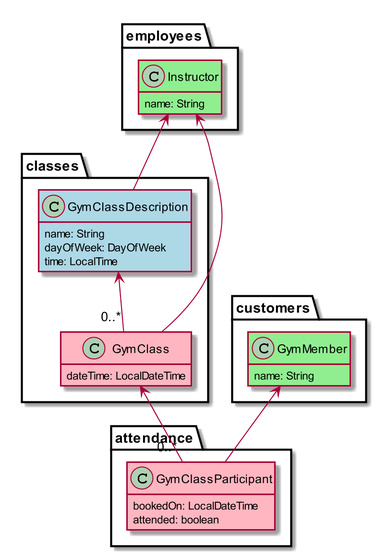
Earlier version of the PlantUML export src/docs/asciidoc/images/ch01/class-diagram.png (danhaywood/apache-isis-infoq-mini-book).
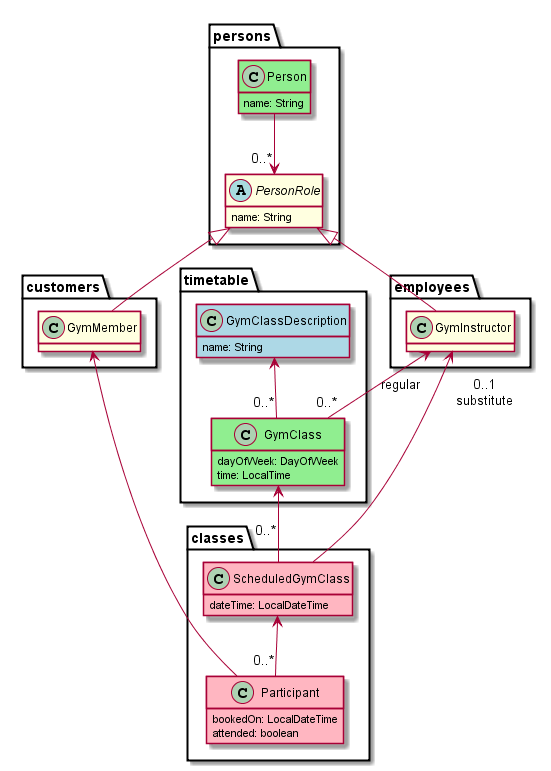
Above is the later version.

Diff of the diagram source:
```diff
@@ -1,36 +1,47 @@
 @startuml
-skinparam dpi 200
-
 hide methods
 hide stereotypes
 
-class employees.Instructor #lightgreen {
+skinparam ranksep 60
+
+class persons.Person #lightgreen {
+    name: String
+}
+abstract class persons.PersonRole #lightyellow {
     name: String
 }
 
-class customers.GymMember #lightgreen {
+class customers.GymMember #lightyellow {
+}
+
+class employees.GymInstructor #lightyellow {
+}
+
+class timetable.GymClassDescription #lightblue {
     name: String
 }
 
-class classes.GymClassDescription #lightblue {
-    name: String
+class timetable.GymClass #lightgreen {
     dayOfWeek: DayOfWeek
     time: LocalTime
 }
 
-class classes.GymClass #lightpink {
+class classes.ScheduledGymClass #lightpink {
     dateTime: LocalDateTime
 }
 
-class attendance.GymClassParticipant #lightpink {
+class classes.Participant #lightpink {
     bookedOn: LocalDateTime
     attended: boolean
 }
 
-
-classes.GymClassDescription <-- "0..*" classes.GymClass
-classes.GymClass <-- "0..*" attendance.GymClassParticipant
-employees.Instructor <-- classes.GymClassDescription
-employees.Instructor <-- classes.GymClass
-customers.GymMember <-- attendance.GymClassParticipant
+persons.Person --> "0..*" persons.PersonRole
+persons.PersonRole ^-- employees.GymInstructor
+persons.PersonRole ^-- customers.GymMember
+timetable.GymClassDescription <-- "0..*" timetable.GymClass
+timetable.GymClass <-- "0..*\n" classes.ScheduledGymClass
+classes.ScheduledGymClass <-- "0..*" classes.Participant
+customers.GymMember <-- classes.Participant
+employees.GymInstructor "\nregular" <-- "0..*" timetable.GymClass
+employees.GymInstructor "\n0..1\nsubstitute" <-- classes.ScheduledGymClass
 @enduml
```
